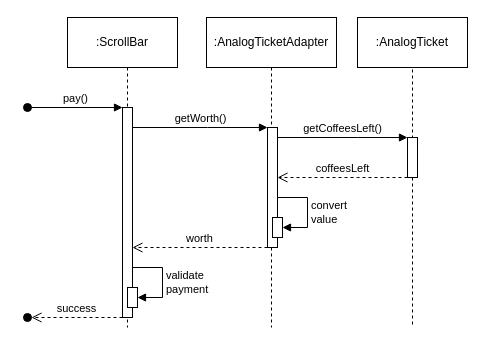
TheisHS/Thesis keeps this draw.io diagram as page "scenario" (2 of 4) of java-src/Experiment2/img/UML-diagrams.drawio. Above is the earlier version. Source tidied: cells renumbered, new cells numbered last; positions are measured from the earlier drawing's top-left corner, leaving out a move shared by most shapes. Both pictures are drawn from the tidied source at 100%, with x=0, y=0 at pixel (23, 17).
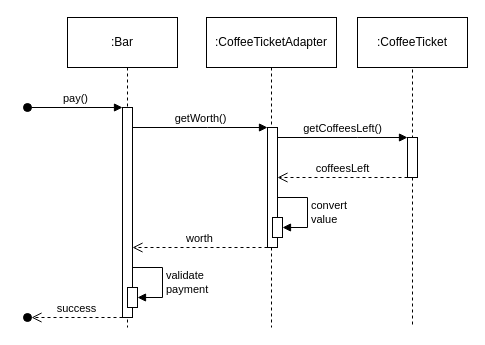
The same diagram, later.

Diff of the diagram source:
```diff
@@
-    <mxCell id="10" value=":ScrollBar" style="html=1;whiteSpace=wrap;hachureGap=4;fontFamily=Helvetica;strokeColor=#000000;" parent="1" vertex="1">
+    <mxCell id="10" value=":Bar" style="html=1;whiteSpace=wrap;hachureGap=4;fontFamily=Helvetica;strokeColor=#000000;" parent="1" vertex="1">
       <mxGeometry x="44" width="110" height="50" as="geometry" />
     </mxCell>
-    <mxCell id="11" value=":AnalogTicketAdapter" style="html=1;whiteSpace=wrap;hachureGap=4;fontFamily=Helvetica;strokeColor=#000000;" parent="1" vertex="1">
+    <mxCell id="11" value=":CoffeeTicketAdapter" style="html=1;whiteSpace=wrap;hachureGap=4;fontFamily=Helvetica;strokeColor=#000000;" parent="1" vertex="1">
       <mxGeometry x="183" width="130" height="50" as="geometry" />
     </mxCell>
-    <mxCell id="12" value=":AnalogTicket" style="html=1;whiteSpace=wrap;hachureGap=4;fontFamily=Helvetica;strokeColor=#000000;" parent="1" vertex="1">
+    <mxCell id="12" value=":CoffeeTicket" style="html=1;whiteSpace=wrap;hachureGap=4;fontFamily=Helvetica;strokeColor=#000000;" parent="1" vertex="1">
       <mxGeometry x="334" width="110" height="50" as="geometry" />
     </mxCell>
```
